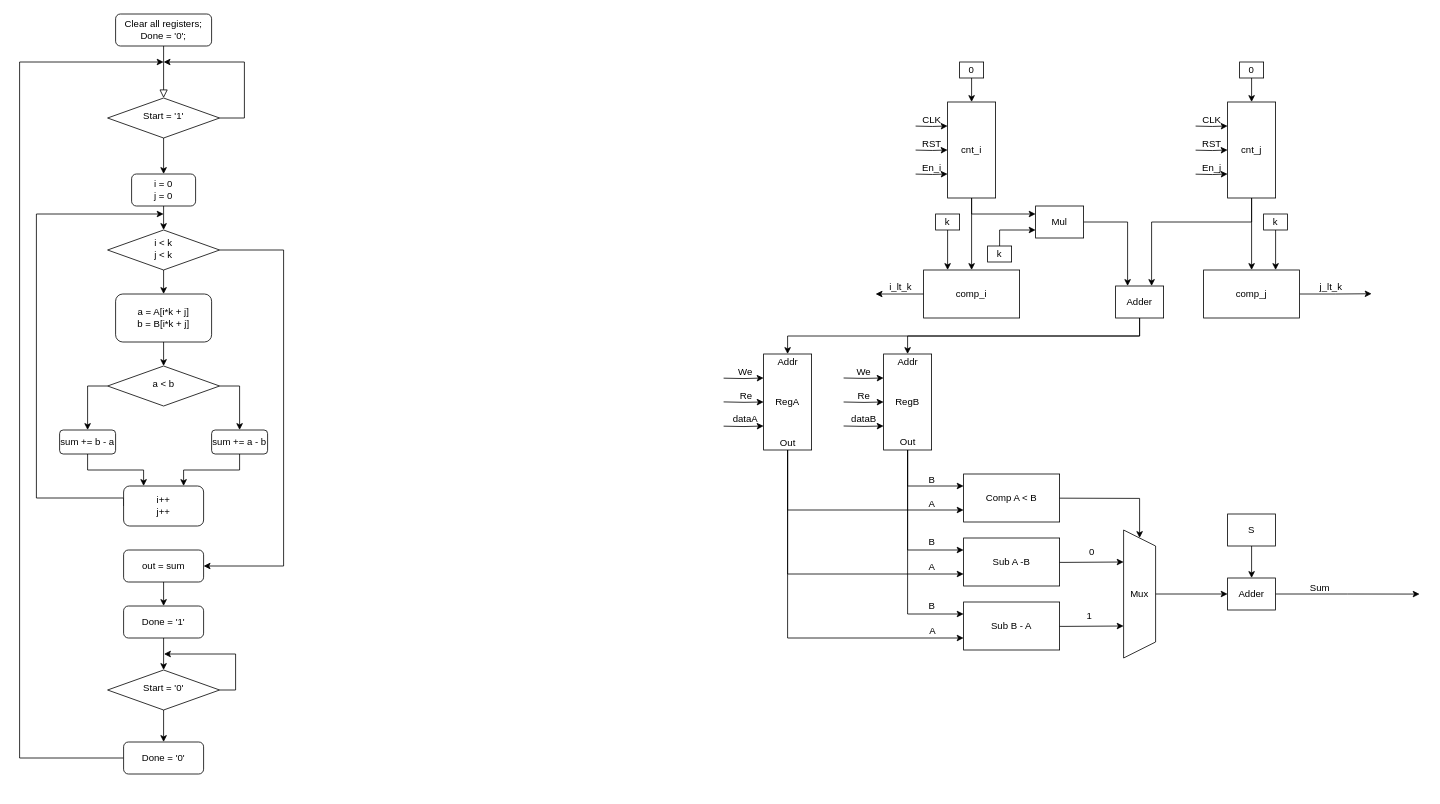
Earlier version of the draw.io diagram Untitled Diagram.drawio (Nsphong1178/FinalProject1). Source tidied: cells renumbered, new cells numbered last; positions are measured from the earlier drawing's top-left corner, leaving out a move shared by most shapes. Both pictures are drawn from the tidied source at 80%, with x=0, y=0 at pixel (19, 14).
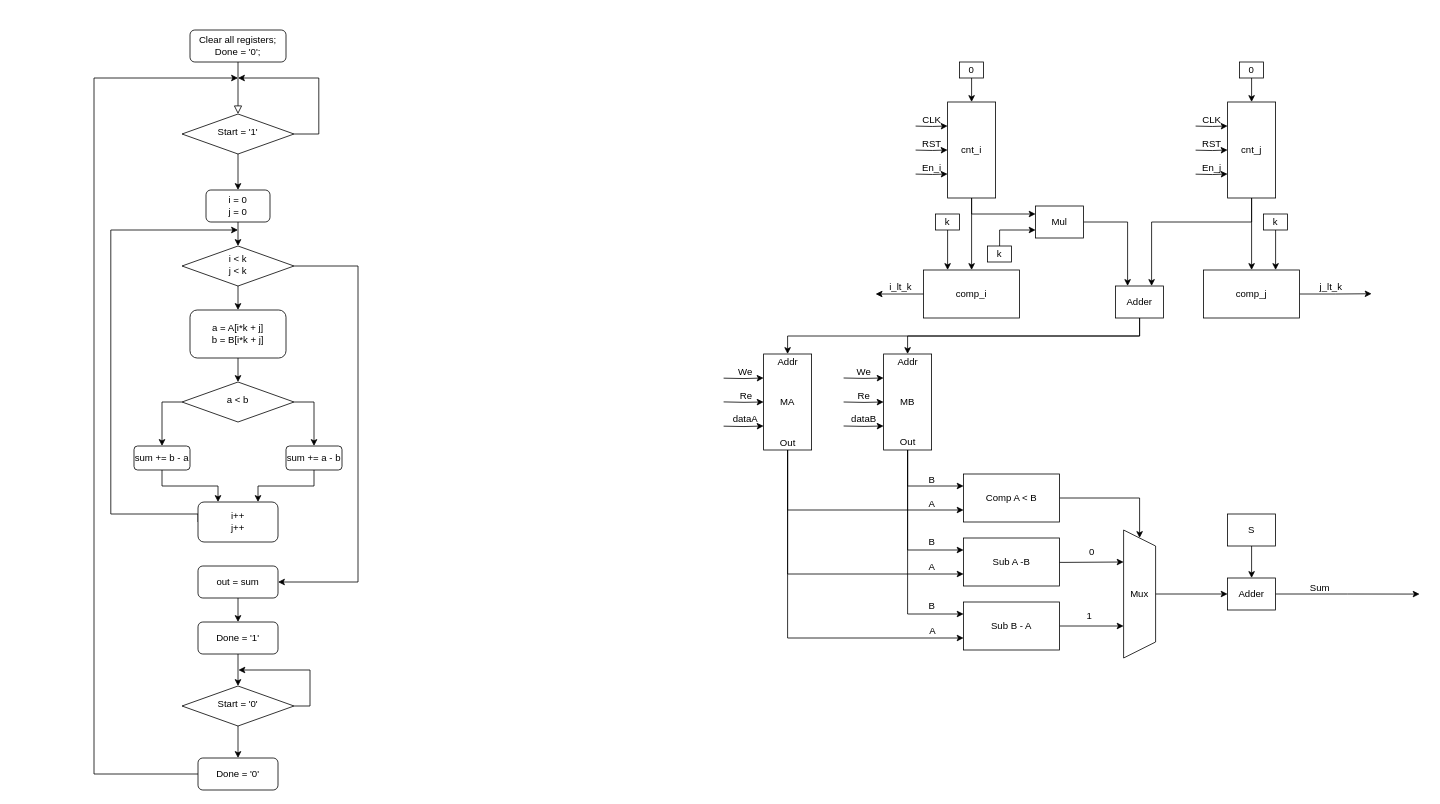
Above is the later version.

Unchanged cells that the change refers to:
```xml
<mxCell id="67" value="Comp A &amp;lt; B" style="rounded=0;whiteSpace=wrap;html=1;" parent="1" vertex="1">
  <mxGeometry x="1180" y="575" width="120" height="60" as="geometry" />
</mxCell>
<mxCell id="82" value="Sub B - A" style="rounded=0;whiteSpace=wrap;html=1;" parent="1" vertex="1">
  <mxGeometry x="1180" y="735" width="120" height="60" as="geometry" />
</mxCell>
<mxCell id="84" value="Mux" style="shape=trapezoid;perimeter=trapezoidPerimeter;whiteSpace=wrap;html=1;fixedSize=1;direction=south;" parent="1" vertex="1">
  <mxGeometry x="1380" y="645" width="40" height="160" as="geometry" />
</mxCell>
```

Diff of the diagram source:
```diff
@@
     <mxCell id="3" value="Clear all registers;&lt;div&gt;Done = '0';&lt;/div&gt;" style="rounded=1;whiteSpace=wrap;html=1;fontSize=12;glass=0;strokeWidth=1;shadow=0;" parent="1" vertex="1">
-      <mxGeometry x="120" width="120" height="40" as="geometry" />
+      <mxGeometry x="213" y="20" width="120" height="40" as="geometry" />
     </mxCell>
@@
     <mxCell id="5" style="edgeStyle=orthogonalEdgeStyle;rounded=0;jettySize=auto;html=1;exitX=1;exitY=0.5;exitDx=0;exitDy=0;" parent="1" edge="1" source="6">
       <mxGeometry relative="1" as="geometry">
-        <mxPoint x="180" y="60" as="targetPoint" />
+        <mxPoint x="273" y="80" as="targetPoint" />
         <Array as="points">
-          <mxPoint x="281" y="130" />
+          <mxPoint x="374" y="150" />
         </Array>
       </mxGeometry>
     </mxCell>
     <mxCell id="6" value="Start = '1'" style="rhombus;whiteSpace=wrap;html=1;shadow=0;fontFamily=Helvetica;fontSize=12;align=center;strokeWidth=1;spacing=6;spacingTop=-4;" parent="1" vertex="1">
-      <mxGeometry x="110" y="105" width="140" height="50" as="geometry" />
+      <mxGeometry x="203" y="125" width="140" height="50" as="geometry" />
     </mxCell>
@@
     <mxCell id="8" value="i = 0&lt;div&gt;j = 0&lt;/div&gt;" style="rounded=1;whiteSpace=wrap;html=1;" parent="1" vertex="1">
-      <mxGeometry x="140" y="200" width="80" height="40" as="geometry" />
+      <mxGeometry x="233" y="220" width="80" height="40" as="geometry" />
     </mxCell>
@@
     <mxCell id="10" value="a = A[i*k + j]&lt;div&gt;b = B[i*k + j]&lt;/div&gt;" style="rounded=1;whiteSpace=wrap;html=1;" parent="1" vertex="1">
-      <mxGeometry x="120" y="350" width="120" height="60" as="geometry" />
+      <mxGeometry x="213" y="370" width="120" height="60" as="geometry" />
     </mxCell>
@@
     <mxCell id="12" style="edgeStyle=orthogonalEdgeStyle;rounded=0;jettySize=auto;html=1;exitX=1;exitY=0.5;exitDx=0;exitDy=0;entryX=1;entryY=0.5;entryDx=0;entryDy=0;" parent="1" edge="1" source="13" target="24">
       <mxGeometry relative="1" as="geometry">
         <Array as="points">
-          <mxPoint x="330" y="295" />
-          <mxPoint x="330" y="690" />
+          <mxPoint x="423" y="315" />
+          <mxPoint x="423" y="710" />
         </Array>
       </mxGeometry>
     </mxCell>
     <mxCell id="13" value="i &amp;lt; k&lt;div&gt;j &amp;lt; k&lt;/div&gt;" style="rhombus;whiteSpace=wrap;html=1;shadow=0;fontFamily=Helvetica;fontSize=12;align=center;strokeWidth=1;spacing=6;spacingTop=-4;" parent="1" vertex="1">
-      <mxGeometry x="110" y="270" width="140" height="50" as="geometry" />
+      <mxGeometry x="203" y="290" width="140" height="50" as="geometry" />
     </mxCell>
@@
     <mxCell id="16" value="a &amp;lt; b" style="rhombus;whiteSpace=wrap;html=1;shadow=0;fontFamily=Helvetica;fontSize=12;align=center;strokeWidth=1;spacing=6;spacingTop=-4;" parent="1" vertex="1">
-      <mxGeometry x="110" y="440" width="140" height="50" as="geometry" />
+      <mxGeometry x="203" y="460" width="140" height="50" as="geometry" />
     </mxCell>
@@
     <mxCell id="18" value="sum += b - a" style="rounded=1;whiteSpace=wrap;html=1;" parent="1" vertex="1">
-      <mxGeometry x="50" y="520" width="70" height="30" as="geometry" />
+      <mxGeometry x="143" y="540" width="70" height="30" as="geometry" />
     </mxCell>
@@
     <mxCell id="20" value="sum += a - b" style="rounded=1;whiteSpace=wrap;html=1;" parent="1" vertex="1">
-      <mxGeometry x="240" y="520" width="70" height="30" as="geometry" />
+      <mxGeometry x="333" y="540" width="70" height="30" as="geometry" />
     </mxCell>
     <mxCell id="21" style="edgeStyle=orthogonalEdgeStyle;rounded=0;jettySize=auto;html=1;exitX=0;exitY=0.5;exitDx=0;exitDy=0;" parent="1" edge="1" source="22">
       <mxGeometry relative="1" as="geometry">
-        <mxPoint x="180" y="250" as="targetPoint" />
+        <mxPoint x="273" y="270" as="targetPoint" />
         <Array as="points">
-          <mxPoint x="21" y="605" />
-          <mxPoint x="21" y="250" />
+          <mxPoint x="114" y="625" />
+          <mxPoint x="114" y="270" />
         </Array>
       </mxGeometry>
     </mxCell>
     <mxCell id="22" value="i++&lt;div&gt;j++&lt;/div&gt;" style="rounded=1;whiteSpace=wrap;html=1;" parent="1" vertex="1">
-      <mxGeometry x="130" y="590" width="100" height="50" as="geometry" />
+      <mxGeometry x="223" y="610" width="100" height="50" as="geometry" />
     </mxCell>
@@
     <mxCell id="24" value="out = sum" style="rounded=1;whiteSpace=wrap;html=1;" parent="1" vertex="1">
-      <mxGeometry x="130" y="670" width="100" height="40" as="geometry" />
+      <mxGeometry x="223" y="690" width="100" height="40" as="geometry" />
     </mxCell>
@@
     <mxCell id="26" value="Done = '1'" style="rounded=1;whiteSpace=wrap;html=1;" parent="1" vertex="1">
-      <mxGeometry x="130" y="740" width="100" height="40" as="geometry" />
+      <mxGeometry x="223" y="760" width="100" height="40" as="geometry" />
     </mxCell>
@@
     <mxCell id="28" style="edgeStyle=orthogonalEdgeStyle;rounded=0;jettySize=auto;html=1;exitX=1;exitY=0.5;exitDx=0;exitDy=0;" parent="1" edge="1" source="29">
       <mxGeometry relative="1" as="geometry">
-        <mxPoint x="180" y="800" as="targetPoint" />
+        <mxPoint x="273" y="820" as="targetPoint" />
       </mxGeometry>
     </mxCell>
     <mxCell id="29" value="Start = '0'" style="rhombus;whiteSpace=wrap;html=1;shadow=0;fontFamily=Helvetica;fontSize=12;align=center;strokeWidth=1;spacing=6;spacingTop=-4;" parent="1" vertex="1">
-      <mxGeometry x="110" y="820" width="140" height="50" as="geometry" />
+      <mxGeometry x="203" y="840" width="140" height="50" as="geometry" />
     </mxCell>
     <mxCell id="30" style="edgeStyle=orthogonalEdgeStyle;rounded=0;jettySize=auto;html=1;exitX=0;exitY=0.5;exitDx=0;exitDy=0;" parent="1" edge="1" source="31">
       <mxGeometry relative="1" as="geometry">
-        <mxPoint x="180" y="60" as="targetPoint" />
+        <mxPoint x="273" y="80" as="targetPoint" />
         <Array as="points">
-          <mxPoint y="930" />
-          <mxPoint y="60" />
+          <mxPoint x="93" y="950" />
+          <mxPoint x="93" y="80" />
         </Array>
       </mxGeometry>
     </mxCell>
     <mxCell id="31" value="Done = '0'" style="rounded=1;whiteSpace=wrap;html=1;" parent="1" vertex="1">
-      <mxGeometry x="130" y="910" width="100" height="40" as="geometry" />
+      <mxGeometry x="223" y="930" width="100" height="40" as="geometry" />
     </mxCell>
@@
-    <mxCell id="58" value="RegB" style="rounded=0;whiteSpace=wrap;html=1;direction=south;" parent="1" vertex="1">
+    <mxCell id="58" value="MB" style="rounded=0;whiteSpace=wrap;html=1;direction=south;" parent="1" vertex="1">
       <mxGeometry x="1080" y="425" width="60" height="120" as="geometry" />
     </mxCell>
@@
-    <mxCell id="65" value="RegA" style="rounded=0;whiteSpace=wrap;html=1;direction=south;" parent="1" vertex="1">
+    <mxCell id="65" value="MA" style="rounded=0;whiteSpace=wrap;html=1;direction=south;" parent="1" vertex="1">
       <mxGeometry x="930" y="425" width="60" height="120" as="geometry" />
     </mxCell>
-    <mxCell id="66" style="edgeStyle=orthogonalEdgeStyle;rounded=0;jettySize=auto;html=1;exitX=1;exitY=0.5;exitDx=0;exitDy=0;entryX=0;entryY=0.5;entryDx=0;entryDy=0;" parent="1" edge="1" target="84">
-      <mxGeometry relative="1" as="geometry">
-        <mxPoint x="1230" y="605" as="sourcePoint" />
-      </mxGeometry>
-    </mxCell>
+    <mxCell id="116" style="edgeStyle=orthogonalEdgeStyle;rounded=0;jettySize=auto;html=1;exitX=1;exitY=0.5;exitDx=0;exitDy=0;" parent="1" edge="1" source="67" target="84">
+      <mxGeometry relative="1" as="geometry" />
+    </mxCell>
@@
-    <mxCell id="81" style="edgeStyle=orthogonalEdgeStyle;rounded=0;jettySize=auto;html=1;exitX=1;exitY=0.5;exitDx=0;exitDy=0;entryX=0.75;entryY=1;entryDx=0;entryDy=0;" parent="1" edge="1" target="84">
-      <mxGeometry relative="1" as="geometry">
-        <mxPoint x="1230" y="765" as="sourcePoint" />
-      </mxGeometry>
-    </mxCell>
+    <mxCell id="117" style="edgeStyle=orthogonalEdgeStyle;rounded=0;jettySize=auto;html=1;exitX=1;exitY=0.5;exitDx=0;exitDy=0;entryX=0.75;entryY=1;entryDx=0;entryDy=0;" parent="1" edge="1" source="82" target="84">
+      <mxGeometry relative="1" as="geometry" />
+    </mxCell>
```
